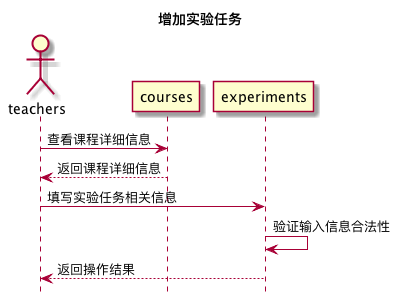
Above: out/test6/sequence/增加实验任务/增加实验任务.png in Landy7/is_analysis (PlantUML), before the change.
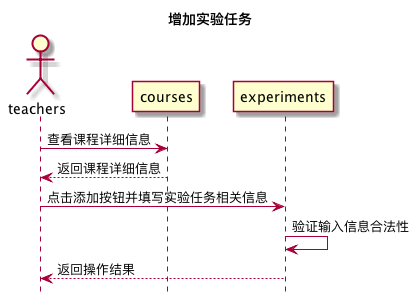
The same file after the commit.

Diff of the diagram source:
```diff
@@ -4,7 +4,7 @@
 actor teachers
 teachers -> courses: 查看课程详细信息
 courses --> teachers: 返回课程详细信息
-teachers -> experiments: 填写实验任务相关信息
+teachers -> experiments: 点击添加按钮并填写实验任务相关信息
 experiments -> experiments: 验证输入信息合法性
 experiments --> teachers: 返回操作结果
 @enduml
```
